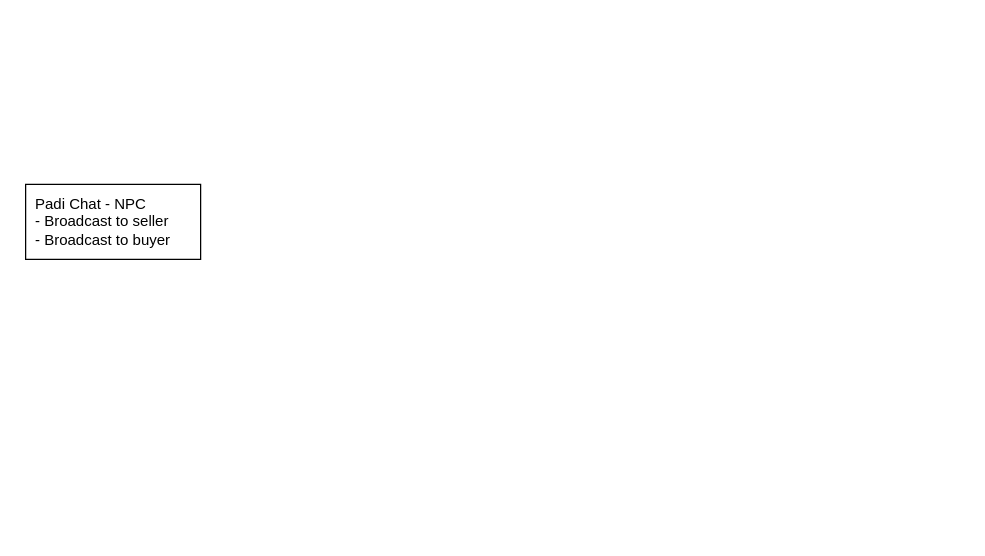
yogiprsetya/app.diagrams.net keeps this draw.io diagram as page "Chat for Campign" (7 of 7) of System Design Padi Chat.drawio. Above is the earlier version. Source tidied: cells renumbered, new cells numbered last; positions are measured from the earlier drawing's top-left corner, leaving out a move shared by most shapes. Both pictures are drawn from the tidied source at 125%, with x=0, y=0 at pixel (25, 184).
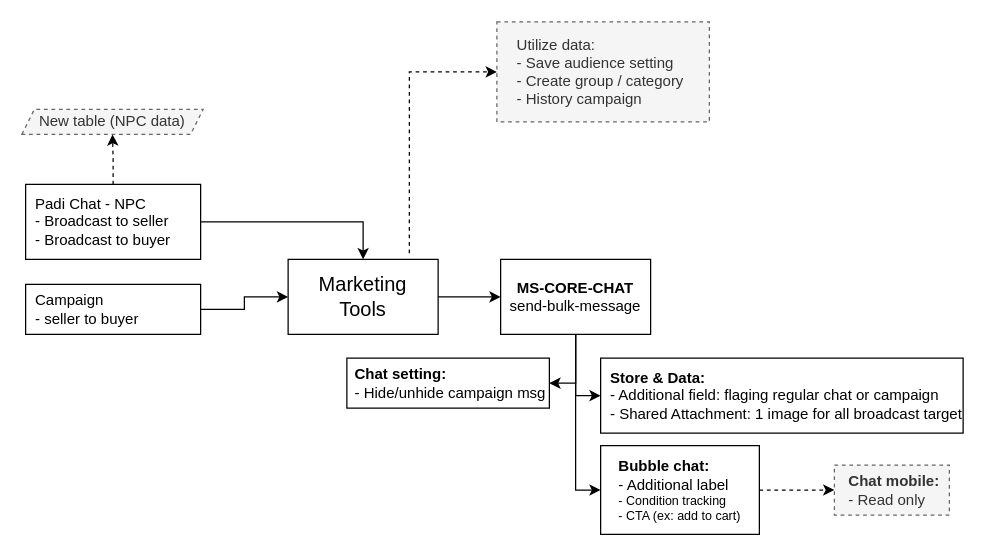
The same diagram, later.

Unchanged cells that the change refers to:
```xml
<mxCell id="2" value="Padi Chat - NPC&lt;br&gt;- Broadcast to seller&lt;br&gt;- Broadcast to buyer" style="rounded=0;whiteSpace=wrap;html=1;align=left;spacingLeft=6;spacingRight=6;" parent="1" vertex="1">
  <mxGeometry width="140" height="60" as="geometry" />
</mxCell>
```

Diff of the diagram source:
```diff
@@
+    <mxCell id="3" style="edgeStyle=orthogonalEdgeStyle;rounded=0;jettySize=auto;html=1;exitX=0.5;exitY=0;exitDx=0;exitDy=0;entryX=0.5;entryY=1;entryDx=0;entryDy=0;dashed=1;" parent="1" edge="1" source="2" target="6">
+      <mxGeometry relative="1" as="geometry" />
+    </mxCell>
@@
+    <mxCell id="4" style="edgeStyle=orthogonalEdgeStyle;rounded=0;jettySize=auto;html=1;exitX=1;exitY=0.5;exitDx=0;exitDy=0;" parent="1" edge="1" source="5" target="9">
+      <mxGeometry relative="1" as="geometry" />
+    </mxCell>
+    <mxCell id="5" value="Campaign&lt;br&gt;- seller to buyer" style="rounded=0;whiteSpace=wrap;html=1;align=left;spacingLeft=6;spacingRight=6;" parent="1" vertex="1">
+      <mxGeometry y="80" width="140" height="40" as="geometry" />
+    </mxCell>
+    <mxCell id="6" value="New table (NPC data)" style="shape=parallelogram;perimeter=parallelogramPerimeter;whiteSpace=wrap;html=1;fixedSize=1;size=10.000000000000114;fillColor=#f5f5f5;fontColor=#333333;strokeColor=#666666;dashed=1;" parent="1" vertex="1">
+      <mxGeometry x="-3" y="-60" width="145" height="20" as="geometry" />
+    </mxCell>
+    <mxCell id="7" style="endArrow=classic;html=1;rounded=0;exitX=1;exitY=0.5;exitDx=0;exitDy=0;entryX=0.5;entryY=0;entryDx=0;entryDy=0;" parent="1" edge="1" source="2" target="9">
+      <mxGeometry relative="1" as="geometry">
+        <Array as="points">
+          <mxPoint x="270" y="30" />
+        </Array>
+      </mxGeometry>
+    </mxCell>
+    <mxCell id="8" style="group;" parent="1" vertex="1">
+      <mxGeometry x="210" y="60" width="120" height="60" as="geometry" />
+    </mxCell>
+    <mxCell id="9" value="&lt;div&gt;&lt;font style=&quot;font-size: 16px;&quot;&gt;Marketing&lt;/font&gt;&lt;/div&gt;&lt;div&gt;&lt;font style=&quot;font-size: 16px;&quot;&gt;Tools&lt;/font&gt;&lt;/div&gt;" style="rounded=0;whiteSpace=wrap;html=1;" parent="8" vertex="1">
+      <mxGeometry width="120" height="60" as="geometry" />
+    </mxCell>
+    <mxCell id="10" style="group;" parent="1" vertex="1">
+      <mxGeometry x="380" y="60" width="120" height="60" as="geometry" />
+    </mxCell>
+    <mxCell id="11" value="&lt;div&gt;&lt;b&gt;MS-CORE-CHAT&lt;/b&gt;&lt;/div&gt;&lt;div&gt;send-bulk-message&lt;br&gt;&lt;/div&gt;" style="rounded=0;whiteSpace=wrap;html=1;" parent="10" vertex="1">
+      <mxGeometry width="120" height="60" as="geometry" />
+    </mxCell>
+    <mxCell id="12" style="edgeStyle=orthogonalEdgeStyle;rounded=0;jettySize=auto;html=1;entryX=0;entryY=0.5;entryDx=0;entryDy=0;" parent="1" edge="1" source="9" target="11">
+      <mxGeometry relative="1" as="geometry" />
+    </mxCell>
+    <mxCell id="13" value="&lt;div align=&quot;left&quot;&gt;&lt;b&gt;Bubble chat:&lt;/b&gt;&lt;/div&gt;&lt;div align=&quot;left&quot;&gt;- Additional label&lt;br&gt;&lt;/div&gt;&lt;div align=&quot;left&quot; style=&quot;font-size: 10px;&quot;&gt;- Condition tracking&lt;br&gt;- CTA (ex: add to cart)&lt;br&gt;&lt;/div&gt;" style="rounded=0;whiteSpace=wrap;html=1;" parent="1" vertex="1">
+      <mxGeometry x="460" y="209" width="127" height="71" as="geometry" />
+    </mxCell>
+    <mxCell id="14" value="&lt;div&gt;&lt;b&gt;Store &amp;amp; Data:&lt;/b&gt;&lt;/div&gt;&lt;div&gt;- Additional field: flaging regular chat or campaign &lt;b&gt;&lt;br&gt;&lt;/b&gt;&lt;/div&gt;- Shared Attachment: 1 image for all broadcast target" style="rounded=0;whiteSpace=wrap;html=1;align=left;spacingLeft=6;" parent="1" vertex="1">
+      <mxGeometry x="460" y="139" width="290" height="60" as="geometry" />
+    </mxCell>
+    <mxCell id="15" style="edgeStyle=orthogonalEdgeStyle;rounded=0;jettySize=auto;html=1;entryX=0;entryY=0.5;entryDx=0;entryDy=0;" parent="1" edge="1" source="11" target="14">
+      <mxGeometry relative="1" as="geometry" />
+    </mxCell>
+    <mxCell id="16" style="edgeStyle=orthogonalEdgeStyle;rounded=0;jettySize=auto;html=1;entryX=0;entryY=0.5;entryDx=0;entryDy=0;" parent="1" edge="1" source="11" target="13">
+      <mxGeometry relative="1" as="geometry" />
+    </mxCell>
+    <mxCell id="17" style="edgeStyle=orthogonalEdgeStyle;rounded=0;jettySize=auto;html=1;exitX=0.808;exitY=-0.083;exitDx=0;exitDy=0;entryX=0;entryY=0.5;entryDx=0;entryDy=0;dashed=1;exitPerimeter=0;" parent="1" edge="1" source="9" target="18">
+      <mxGeometry relative="1" as="geometry">
+        <Array as="points">
+          <mxPoint x="307" y="-90" />
+        </Array>
+      </mxGeometry>
+    </mxCell>
+    <mxCell id="18" value="&lt;div align=&quot;left&quot;&gt;Utilize data:&lt;/div&gt;&lt;div align=&quot;left&quot;&gt;- Save audience setting&lt;/div&gt;&lt;div style=&quot;padding-right: 4px;&quot; align=&quot;left&quot;&gt;- Create group / category&lt;/div&gt;&lt;div style=&quot;padding-right: 4px;&quot; align=&quot;left&quot;&gt;- History campaign&lt;br&gt;&lt;/div&gt;" style="rounded=0;whiteSpace=wrap;html=1;dashed=1;fillColor=#f5f5f5;fontColor=#333333;strokeColor=#666666;" parent="1" vertex="1">
+      <mxGeometry x="377" y="-130" width="170" height="80" as="geometry" />
+    </mxCell>
+    <mxCell id="19" value="&lt;div align=&quot;left&quot;&gt;&lt;b&gt;Chat setting:&lt;/b&gt;&lt;/div&gt;&lt;div align=&quot;left&quot;&gt;- Hide/unhide campaign msg&lt;br&gt;&lt;/div&gt;" style="rounded=0;whiteSpace=wrap;html=1;spacingLeft=4;" parent="1" vertex="1">
+      <mxGeometry x="257" y="139" width="162" height="40" as="geometry" />
+    </mxCell>
+    <mxCell id="20" style="rounded=0;jettySize=auto;html=1;exitX=0.5;exitY=1;exitDx=0;exitDy=0;entryX=1;entryY=0.5;entryDx=0;entryDy=0;edgeStyle=orthogonalEdgeStyle;" parent="1" edge="1" source="11" target="19">
+      <mxGeometry relative="1" as="geometry" />
+    </mxCell>
+    <mxCell id="21" value="&lt;div align=&quot;left&quot;&gt;&lt;b&gt;Chat mobile:&lt;/b&gt;&lt;/div&gt;&lt;div align=&quot;left&quot;&gt;- Read only&lt;br&gt;&lt;/div&gt;" style="rounded=0;whiteSpace=wrap;html=1;spacingLeft=4;fillColor=#f5f5f5;fontColor=#333333;strokeColor=#666666;dashed=1;" parent="1" vertex="1">
+      <mxGeometry x="647" y="224.5" width="92" height="40" as="geometry" />
+    </mxCell>
+    <mxCell id="22" style="edgeStyle=orthogonalEdgeStyle;rounded=0;jettySize=auto;html=1;exitX=1;exitY=0.5;exitDx=0;exitDy=0;entryX=0;entryY=0.5;entryDx=0;entryDy=0;dashed=1;" parent="1" edge="1" source="13" target="21">
+      <mxGeometry relative="1" as="geometry" />
+    </mxCell>
```
